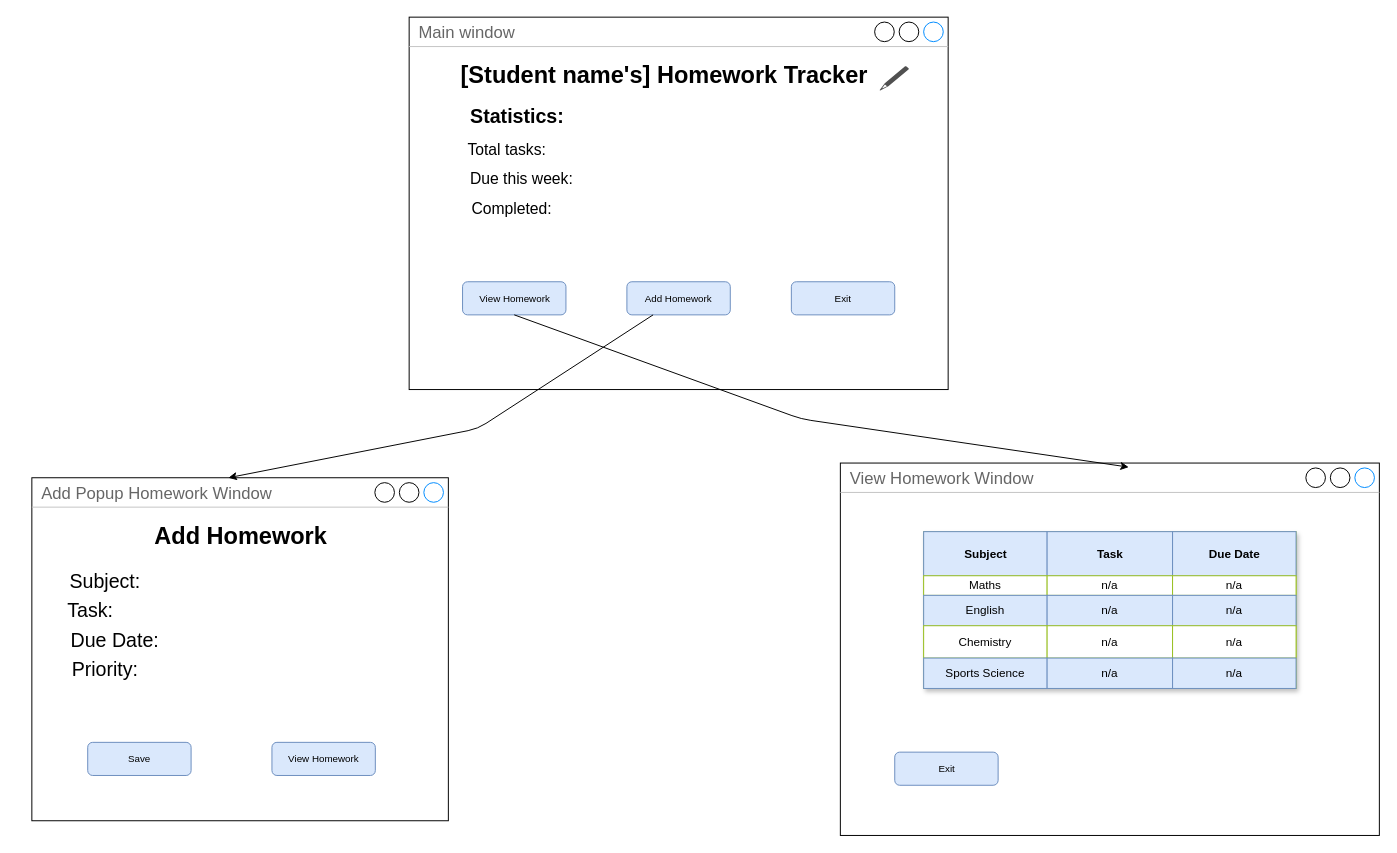
This is mockup_1.drawio from AgapeFin/12DGT_AS91896-AS91897, a draw.io file, before an edit. Source tidied: cells renumbered, new cells numbered last; positions are measured from the earlier drawing's top-left corner, leaving out a move shared by most shapes. Both pictures are drawn from the tidied source at 98%, with x=0, y=0 at pixel (17, 17).
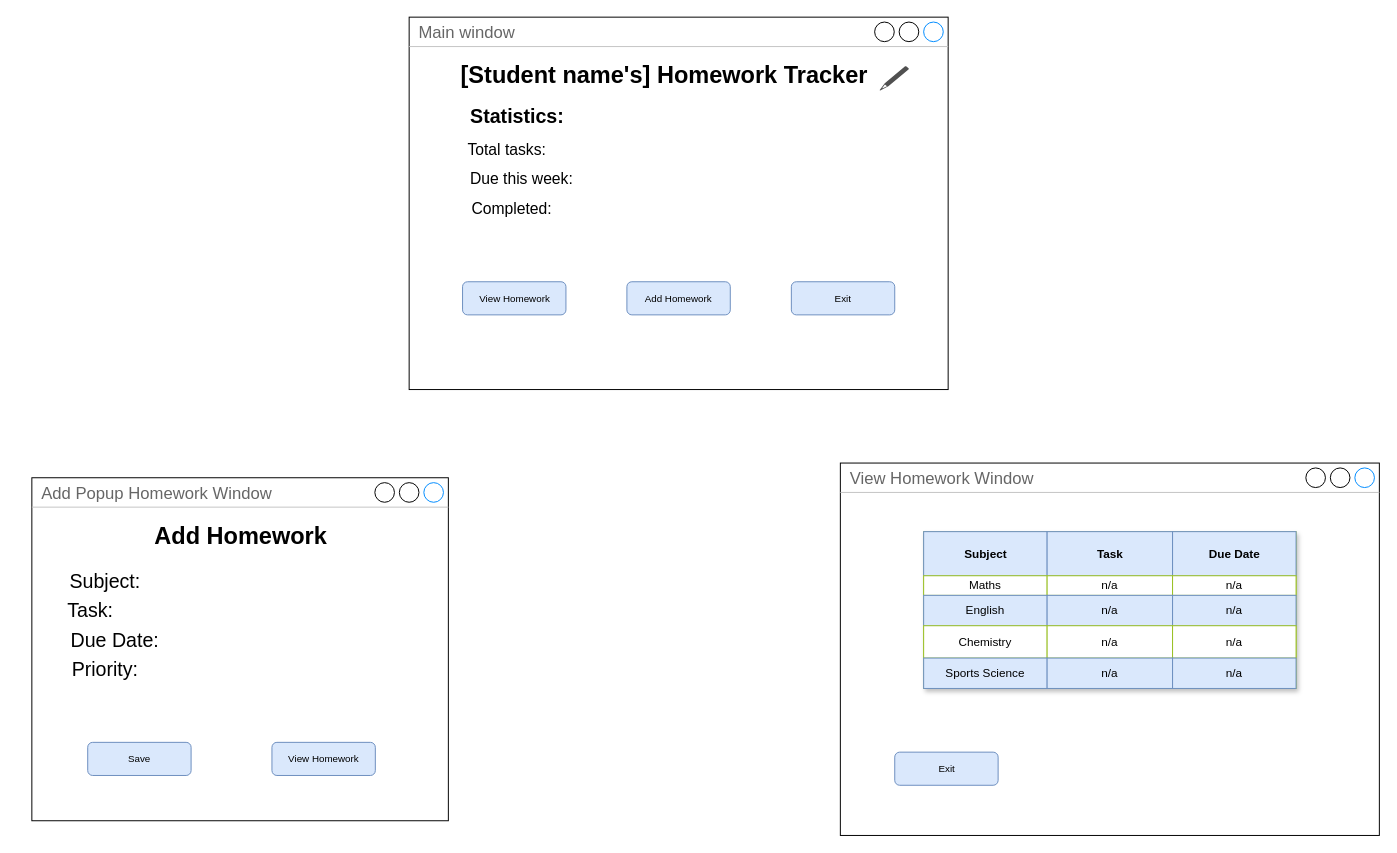
After the change.

Commit message (it also covers changes not shown here):
Created another mockup design for GUI program, adjusted other designs.

The change refers to these unchanged cells:
```xml
<mxCell id="9" value="View Homework" style="rounded=1;html=1;shadow=0;dashed=0;whiteSpace=wrap;fontSize=10;fillColor=#dae8fc;align=center;strokeColor=#6c8ebf;" parent="1" vertex="1">
  <mxGeometry x="454.5" y="270" width="105.5" height="33.8" as="geometry" />
</mxCell>
<mxCell id="10" value="Add Homework" style="rounded=1;html=1;shadow=0;dashed=0;whiteSpace=wrap;fontSize=10;fillColor=#dae8fc;align=center;strokeColor=#6c8ebf;" parent="1" vertex="1">
  <mxGeometry x="622.2" y="270" width="105.5" height="33.8" as="geometry" />
</mxCell>
<mxCell id="12" value="Add Popup Homework Window" style="strokeWidth=1;shadow=0;dashed=0;align=center;html=1;shape=mxgraph.mockup.containers.window;align=left;verticalAlign=top;spacingLeft=8;strokeColor2=#008cff;strokeColor3=#c4c4c4;fontColor=#666666;mainText=;fontSize=17;labelBackgroundColor=none;whiteSpace=wrap;" parent="1" vertex="1">
  <mxGeometry x="15" y="470" width="425" height="350" as="geometry" />
</mxCell>
<mxCell id="21" value="View Homework Window" style="strokeWidth=1;shadow=0;dashed=0;align=center;html=1;shape=mxgraph.mockup.containers.window;align=left;verticalAlign=top;spacingLeft=8;strokeColor2=#008cff;strokeColor3=#c4c4c4;fontColor=#666666;mainText=;fontSize=17;labelBackgroundColor=none;whiteSpace=wrap;" parent="1" vertex="1">
  <mxGeometry x="840" y="455" width="550" height="380" as="geometry" />
</mxCell>
```

Change to the diagram source:
```diff
@@
-    <mxCell id="13" style="edgeStyle=none;html=1;entryX=0.472;entryY=0;entryDx=0;entryDy=0;entryPerimeter=0;" parent="1" edge="1" source="10" target="12">
-      <mxGeometry relative="1" as="geometry">
-        <Array as="points">
-          <mxPoint x="470" y="420" />
-        </Array>
-      </mxGeometry>
-    </mxCell>
@@
-    <mxCell id="44" style="edgeStyle=none;html=1;exitX=0.5;exitY=1;exitDx=0;exitDy=0;entryX=0.535;entryY=0.011;entryDx=0;entryDy=0;entryPerimeter=0;" parent="1" edge="1" source="9" target="21">
-      <mxGeometry relative="1" as="geometry">
-        <Array as="points">
-          <mxPoint x="800" y="410" />
-        </Array>
-      </mxGeometry>
-    </mxCell>
```
